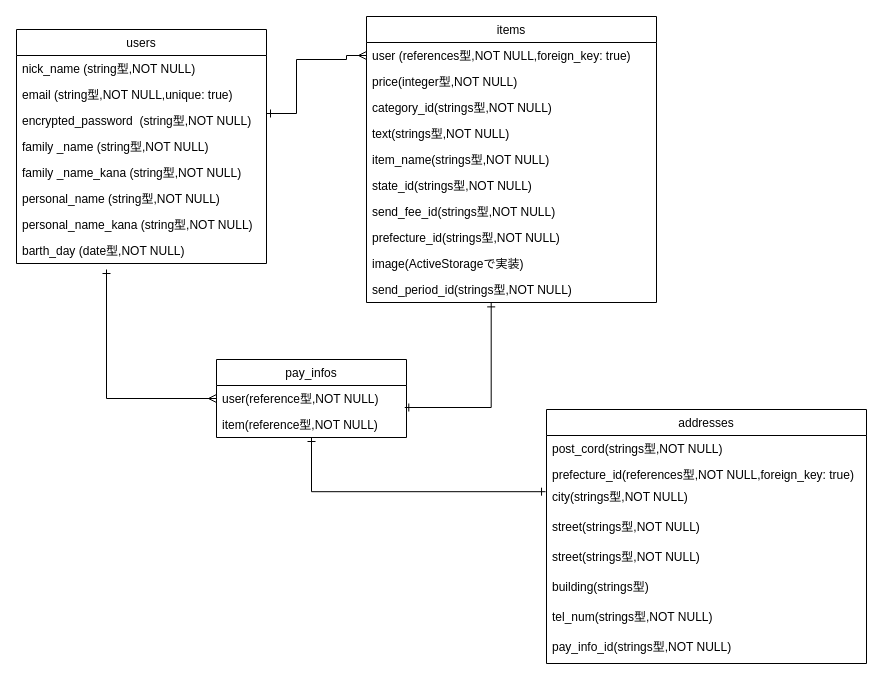
Before: furima.dio in shingoishimura/furima-33484, a draw.io diagram. Source tidied: cells renumbered, new cells numbered last; positions are measured from the earlier drawing's top-left corner, leaving out a move shared by most shapes. Both pictures are drawn from the tidied source at 100%, with x=0, y=0 at pixel (16, 16).
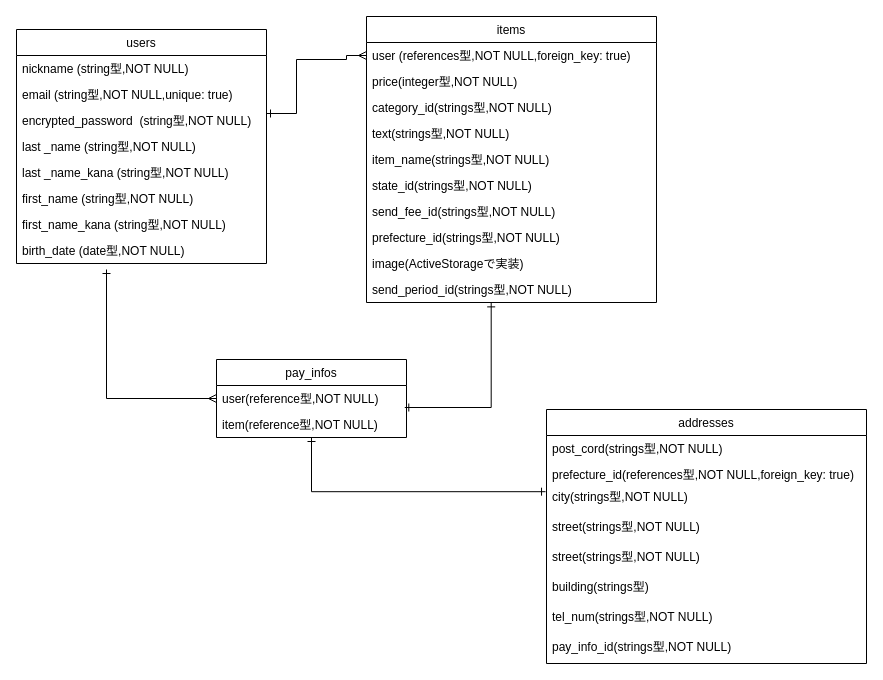
The same page after the edit.

The change refers to these unchanged cells:
```xml
<mxCell id="2" value="users" style="swimlane;fontStyle=0;horizontal=1;startSize=26;fillColor=none;" parent="1" vertex="1">
  <mxGeometry y="13" width="250" height="234" as="geometry" />
</mxCell>
```

Change to the diagram source:
```diff
@@
-    <mxCell id="3" value="nick_name (string型,NOT NULL)" style="text;strokeColor=none;fillColor=none;align=left;verticalAlign=top;spacingLeft=4;spacingRight=4;overflow=hidden;" parent="2" vertex="1">
+    <mxCell id="3" value="nickname (string型,NOT NULL)" style="text;strokeColor=none;fillColor=none;align=left;verticalAlign=top;spacingLeft=4;spacingRight=4;overflow=hidden;" parent="2" vertex="1">
       <mxGeometry y="26" width="250" height="26" as="geometry" />
     </mxCell>
@@
-    <mxCell id="6" value="family _name (string型,NOT NULL)" style="text;strokeColor=none;fillColor=none;align=left;verticalAlign=top;spacingLeft=4;spacingRight=4;overflow=hidden;" parent="2" vertex="1">
+    <mxCell id="6" value="last _name (string型,NOT NULL)" style="text;strokeColor=none;fillColor=none;align=left;verticalAlign=top;spacingLeft=4;spacingRight=4;overflow=hidden;" parent="2" vertex="1">
       <mxGeometry y="104" width="250" height="26" as="geometry" />
     </mxCell>
-    <mxCell id="7" value="family _name_kana (string型,NOT NULL)" style="text;strokeColor=none;fillColor=none;align=left;verticalAlign=top;spacingLeft=4;spacingRight=4;overflow=hidden;" parent="2" vertex="1">
+    <mxCell id="7" value="last _name_kana (string型,NOT NULL)" style="text;strokeColor=none;fillColor=none;align=left;verticalAlign=top;spacingLeft=4;spacingRight=4;overflow=hidden;" parent="2" vertex="1">
       <mxGeometry y="130" width="250" height="26" as="geometry" />
     </mxCell>
-    <mxCell id="8" value="personal_name (string型,NOT NULL)" style="text;strokeColor=none;fillColor=none;align=left;verticalAlign=top;spacingLeft=4;spacingRight=4;overflow=hidden;" parent="2" vertex="1">
+    <mxCell id="8" value="first_name (string型,NOT NULL)" style="text;strokeColor=none;fillColor=none;align=left;verticalAlign=top;spacingLeft=4;spacingRight=4;overflow=hidden;" parent="2" vertex="1">
       <mxGeometry y="156" width="250" height="26" as="geometry" />
     </mxCell>
-    <mxCell id="9" value="personal_name_kana (string型,NOT NULL)" style="text;strokeColor=none;fillColor=none;align=left;verticalAlign=top;spacingLeft=4;spacingRight=4;overflow=hidden;" parent="2" vertex="1">
+    <mxCell id="9" value="first_name_kana (string型,NOT NULL)" style="text;strokeColor=none;fillColor=none;align=left;verticalAlign=top;spacingLeft=4;spacingRight=4;overflow=hidden;" parent="2" vertex="1">
       <mxGeometry y="182" width="250" height="26" as="geometry" />
     </mxCell>
-    <mxCell id="10" value="barth_day (date型,NOT NULL)" style="text;strokeColor=none;fillColor=none;align=left;verticalAlign=top;spacingLeft=4;spacingRight=4;overflow=hidden;" parent="2" vertex="1">
+    <mxCell id="10" value="birth_date (date型,NOT NULL)" style="text;strokeColor=none;fillColor=none;align=left;verticalAlign=top;spacingLeft=4;spacingRight=4;overflow=hidden;" parent="2" vertex="1">
       <mxGeometry y="208" width="250" height="26" as="geometry" />
     </mxCell>
```
